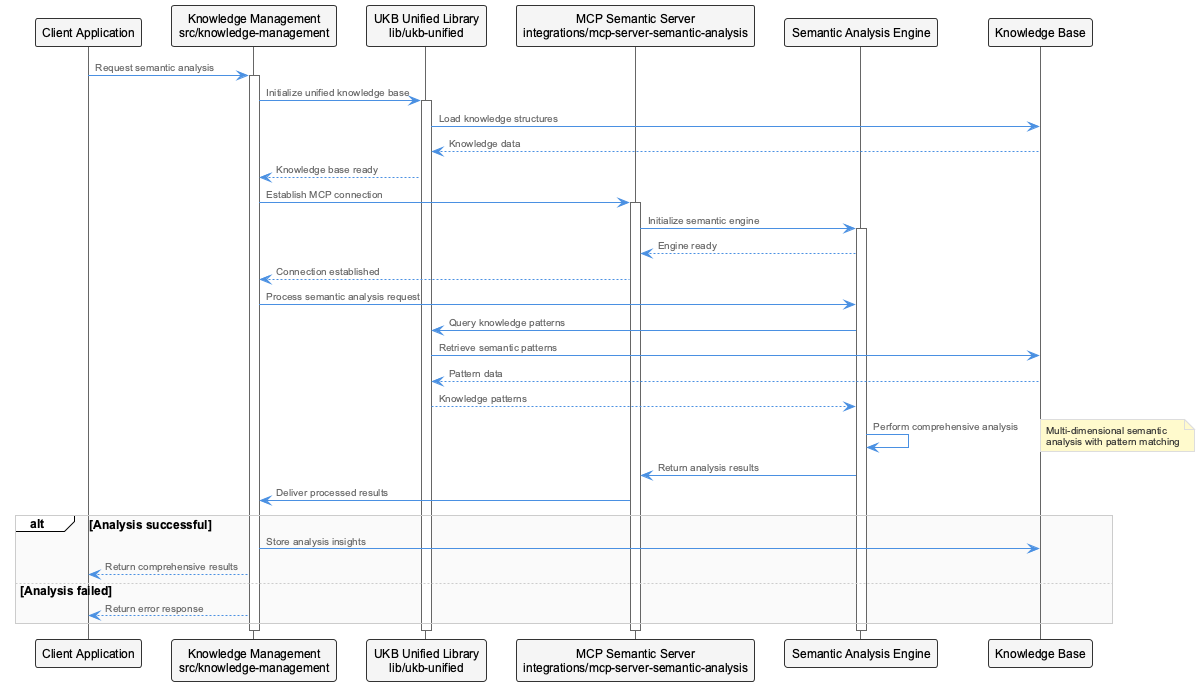
Earlier version of the PlantUML export knowledge-management/insights/images/comprehensive-semantic-analysis-sequence.png (fwornle/coding). Its diagram source:
```plantuml
@startuml
!include /Users/q284340/Agentic/coding/docs/puml/_standard-style.puml

participant "Client Application" as Client
participant "Knowledge Management\nsrc/knowledge-management" as KM
participant "UKB Unified Library\nlib/ukb-unified" as UKB
participant "MCP Semantic Server\nintegrations/mcp-server-semantic-analysis" as MCP
participant "Semantic Analysis Engine" as SAE
participant "Knowledge Base" as KB

Client -> KM: Request semantic analysis
activate KM

KM -> UKB: Initialize unified knowledge base
activate UKB
UKB -> KB: Load knowledge structures
KB --> UKB: Knowledge data
UKB --> KM: Knowledge base ready

KM -> MCP: Establish MCP connection
activate MCP
MCP -> SAE: Initialize semantic engine
activate SAE
SAE --> MCP: Engine ready
MCP --> KM: Connection established

KM -> SAE: Process semantic analysis request
SAE -> UKB: Query knowledge patterns
UKB -> KB: Retrieve semantic patterns
KB --> UKB: Pattern data
UKB --> SAE: Knowledge patterns

SAE -> SAE: Perform comprehensive analysis
note right: Multi-dimensional semantic\nanalysis with pattern matching

SAE -> MCP: Return analysis results
MCP -> KM: Deliver processed results

alt Analysis successful
    KM -> KB: Store analysis insights
    KM --> Client: Return comprehensive results
else Analysis failed
    KM --> Client: Return error response
end

deactivate SAE
deactivate MCP
deactivate UKB
deactivate KM

@enduml
```
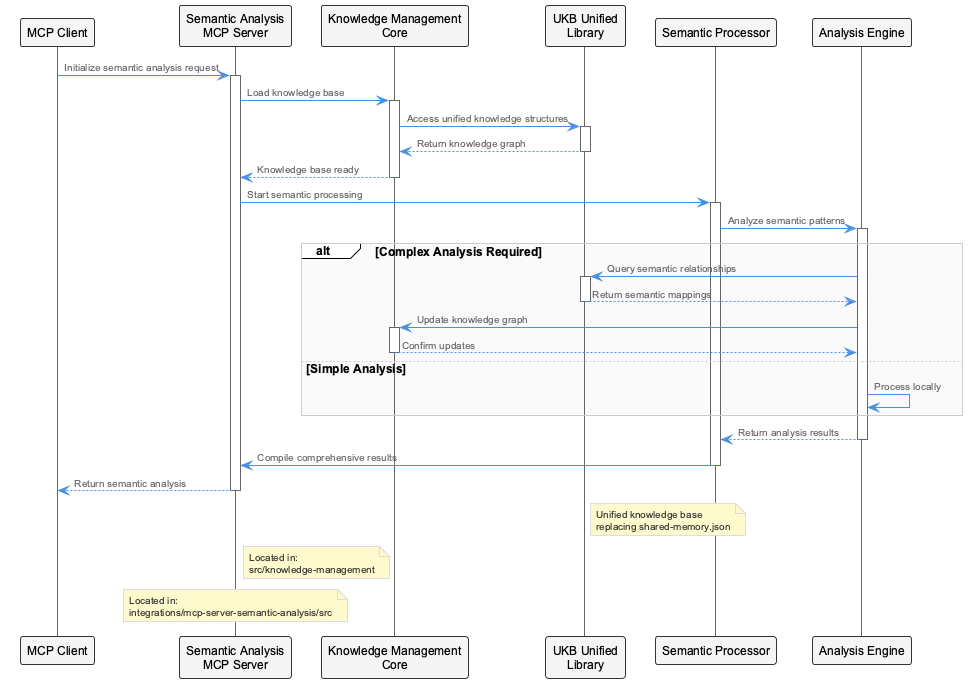
Later version of the same file.

Change to the diagram source:
```diff
@@ -1,51 +1,67 @@
 @startuml
 !include /Users/q284340/Agentic/coding/docs/puml/_standard-style.puml
 
-participant "Client Application" as Client
-participant "Knowledge Management\nsrc/knowledge-management" as KM
-participant "UKB Unified Library\nlib/ukb-unified" as UKB
-participant "MCP Semantic Server\nintegrations/mcp-server-semantic-analysis" as MCP
-participant "Semantic Analysis Engine" as SAE
-participant "Knowledge Base" as KB
+participant "MCP Client" as Client
+participant "Semantic Analysis\nMCP Server" as MCPServer
+participant "Knowledge Management\nCore" as KnowledgeCore
+participant "UKB Unified\nLibrary" as UKBLib
+participant "Semantic Processor" as Processor
+participant "Analysis Engine" as Engine
 
-Client -> KM: Request semantic analysis
-activate KM
+Client -> MCPServer: Initialize semantic analysis request
+activate MCPServer
 
-KM -> UKB: Initialize unified knowledge base
-activate UKB
-UKB -> KB: Load knowledge structures
-KB --> UKB: Knowledge data
-UKB --> KM: Knowledge base ready
+MCPServer -> KnowledgeCore: Load knowledge base
+activate KnowledgeCore
+KnowledgeCore -> UKBLib: Access unified knowledge structures
+activate UKBLib
+UKBLib --> KnowledgeCore: Return knowledge graph
+deactivate UKBLib
+KnowledgeCore --> MCPServer: Knowledge base ready
+deactivate KnowledgeCore
 
-KM -> MCP: Establish MCP connection
-activate MCP
-MCP -> SAE: Initialize semantic engine
-activate SAE
-SAE --> MCP: Engine ready
-MCP --> KM: Connection established
+MCPServer -> Processor: Start semantic processing
+activate Processor
 
-KM -> SAE: Process semantic analysis request
-SAE -> UKB: Query knowledge patterns
-UKB -> KB: Retrieve semantic patterns
-KB --> UKB: Pattern data
-UKB --> SAE: Knowledge patterns
+Processor -> Engine: Analyze semantic patterns
+activate Engine
 
-SAE -> SAE: Perform comprehensive analysis
-note right: Multi-dimensional semantic\nanalysis with pattern matching
+alt Complex Analysis Required
+    Engine -> UKBLib: Query semantic relationships
+    activate UKBLib
+    UKBLib --> Engine: Return semantic mappings
+    deactivate UKBLib
 
-SAE -> MCP: Return analysis results
-MCP -> KM: Deliver processed results
-
-alt Analysis successful
-    KM -> KB: Store analysis insights
-    KM --> Client: Return comprehensive results
-else Analysis failed
-    KM --> Client: Return error response
+    Engine -> KnowledgeCore: Update knowledge graph
+    activate KnowledgeCore
+    KnowledgeCore --> Engine: Confirm updates
+    deactivate KnowledgeCore
+else Simple Analysis
+    Engine -> Engine: Process locally
 end
 
-deactivate SAE
-deactivate MCP
-deactivate UKB
-deactivate KM
+Engine --> Processor: Return analysis results
+deactivate Engine
+
+Processor -> MCPServer: Compile comprehensive results
+deactivate Processor
+
+MCPServer --> Client: Return semantic analysis
+deactivate MCPServer
+
+note right of UKBLib
+  Unified knowledge base
+  replacing shared-memory.json
+end note
+
+note left of KnowledgeCore
+  Located in:
+  src/knowledge-management
+end note
+
+note over MCPServer
+  Located in:
+  integrations/mcp-server-semantic-analysis/src
+end note
 
 @enduml
```
